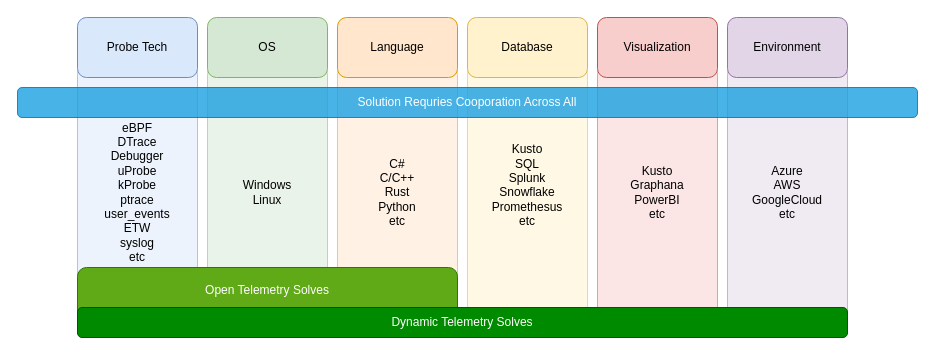
Before: docs/Architecture/Diagrams/ChallengeMatrix.drawio in microsoft/DynamicTelemetry, a draw.io diagram. Source tidied: cells renumbered, new cells numbered last; positions are measured from the earlier drawing's top-left corner, leaving out a move shared by most shapes. Both pictures are drawn from the tidied source at 100%, with x=0, y=0 at pixel (17, 17).
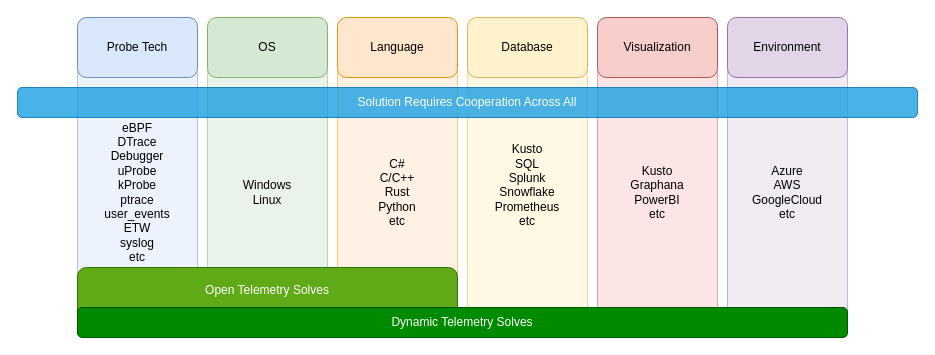
Above is the later version.

The edit, as a diff of the source:
```diff
@@
 <mxGraphModel>
   <root>
     <mxCell id="0" />
     <mxCell id="1" parent="0" />
     <mxCell id="2" value="&lt;div&gt;&lt;span style=&quot;background-color: transparent; color: light-dark(rgb(0, 0, 0), rgb(255, 255, 255));&quot;&gt;eBPF&lt;/span&gt;&lt;br&gt;&lt;/div&gt;&lt;div&gt;DTrace&lt;/div&gt;&lt;div&gt;Debugger&lt;/div&gt;&lt;div&gt;uProbe&lt;/div&gt;&lt;div&gt;kProbe&lt;/div&gt;&lt;div&gt;ptrace&lt;/div&gt;&lt;div&gt;user_events&lt;/div&gt;&lt;div&gt;ETW&lt;/div&gt;&lt;div&gt;syslog&lt;/div&gt;&lt;div&gt;etc&lt;/div&gt;" style="rounded=1;whiteSpace=wrap;html=1;fillColor=#dae8fc;strokeColor=#6c8ebf;opacity=50;" parent="1" vertex="1">
       <mxGeometry x="60" y="40" width="120" height="270" as="geometry" />
     </mxCell>
     <mxCell id="3" value="Windows&lt;div&gt;Linux&lt;/div&gt;" style="rounded=1;whiteSpace=wrap;html=1;fillColor=#d5e8d4;strokeColor=#82b366;opacity=50;" parent="1" vertex="1">
       <mxGeometry x="190" y="40" width="120" height="270" as="geometry" />
     </mxCell>
     <mxCell id="4" value="C#&lt;div&gt;C/C++&lt;/div&gt;&lt;div&gt;Rust&lt;/div&gt;&lt;div&gt;Python&lt;/div&gt;&lt;div&gt;etc&lt;/div&gt;" style="rounded=1;whiteSpace=wrap;html=1;fillColor=#ffe6cc;strokeColor=#d79b00;opacity=50;" parent="1" vertex="1">
       <mxGeometry x="320" y="40" width="120" height="270" as="geometry" />
     </mxCell>
-    <mxCell id="5" value="Kusto&lt;div&gt;SQL&lt;/div&gt;&lt;div&gt;Splunk&lt;/div&gt;&lt;div&gt;Snowflake&lt;/div&gt;&lt;div&gt;Promethesus&lt;/div&gt;&lt;div&gt;etc&lt;/div&gt;&lt;div&gt;&lt;br&gt;&lt;/div&gt;" style="rounded=1;whiteSpace=wrap;html=1;fillColor=#fff2cc;strokeColor=#d6b656;opacity=50;" parent="1" vertex="1">
+    <mxCell id="5" value="Kusto&lt;div&gt;SQL&lt;/div&gt;&lt;div&gt;Splunk&lt;/div&gt;&lt;div&gt;Snowflake&lt;/div&gt;&lt;div&gt;Prometheus&lt;/div&gt;&lt;div&gt;etc&lt;/div&gt;&lt;div&gt;&lt;br&gt;&lt;/div&gt;" style="rounded=1;whiteSpace=wrap;html=1;fillColor=#fff2cc;strokeColor=#d6b656;opacity=50;" parent="1" vertex="1">
       <mxGeometry x="450" y="40" width="120" height="270" as="geometry" />
     </mxCell>
     <mxCell id="6" value="Kusto&lt;div&gt;Graphana&lt;/div&gt;&lt;div&gt;PowerBI&lt;/div&gt;&lt;div&gt;etc&lt;/div&gt;" style="rounded=1;whiteSpace=wrap;html=1;fillColor=#f8cecc;strokeColor=#b85450;opacity=50;" parent="1" vertex="1">
       <mxGeometry x="580" y="40" width="120" height="270" as="geometry" />
     </mxCell>
     <mxCell id="7" value="Azure&lt;div&gt;AWS&lt;/div&gt;&lt;div&gt;GoogleCloud&lt;/div&gt;&lt;div&gt;etc&lt;/div&gt;" style="rounded=1;whiteSpace=wrap;html=1;fillColor=#e1d5e7;strokeColor=#9673a6;opacity=50;" parent="1" vertex="1">
       <mxGeometry x="710" y="40" width="120" height="270" as="geometry" />
     </mxCell>
-    <mxCell id="8" value="Solution Requries Cooporation Across All" style="rounded=1;whiteSpace=wrap;html=1;fillColor=#1ba1e2;fontColor=#ffffff;strokeColor=#006EAF;opacity=80;" parent="1" vertex="1">
+    <mxCell id="8" value="Solution Requires Cooperation Across All" style="rounded=1;whiteSpace=wrap;html=1;fillColor=#1ba1e2;fontColor=#ffffff;strokeColor=#006EAF;opacity=80;" parent="1" vertex="1">
       <mxGeometry y="70" width="900" height="30" as="geometry" />
     </mxCell>
     <mxCell id="9" value="Probe Tech" style="rounded=1;whiteSpace=wrap;html=1;fillColor=#dae8fc;strokeColor=#6c8ebf;" parent="1" vertex="1">
       <mxGeometry x="60" width="120" height="60" as="geometry" />
     </mxCell>
     <mxCell id="10" value="OS" style="rounded=1;whiteSpace=wrap;html=1;fillColor=#d5e8d4;strokeColor=#82b366;" parent="1" vertex="1">
       <mxGeometry x="190" width="120" height="60" as="geometry" />
     </mxCell>
     <mxCell id="11" value="Language" style="rounded=1;whiteSpace=wrap;html=1;fillColor=#ffe6cc;strokeColor=#d79b00;" parent="1" vertex="1">
       <mxGeometry x="320" width="120" height="60" as="geometry" />
     </mxCell>
     <mxCell id="12" value="Database" style="rounded=1;whiteSpace=wrap;html=1;fillColor=#fff2cc;strokeColor=#d6b656;" parent="1" vertex="1">
       <mxGeometry x="450" width="120" height="60" as="geometry" />
     </mxCell>
     <mxCell id="13" value="Visualization" style="rounded=1;whiteSpace=wrap;html=1;fillColor=#f8cecc;strokeColor=#b85450;" parent="1" vertex="1">
       <mxGeometry x="580" width="120" height="60" as="geometry" />
     </mxCell>
     <mxCell id="14" value="Environment" style="rounded=1;whiteSpace=wrap;html=1;fillColor=#e1d5e7;strokeColor=#9673a6;" parent="1" vertex="1">
       <mxGeometry x="710" width="120" height="60" as="geometry" />
     </mxCell>
     <mxCell id="15" value="Open Telemetry Solves&lt;div&gt;&lt;br&gt;&lt;/div&gt;" style="rounded=1;whiteSpace=wrap;html=1;fillColor=#60a917;strokeColor=#2D7600;fontColor=#ffffff;" parent="1" vertex="1">
       <mxGeometry x="60" y="250" width="380" height="60" as="geometry" />
     </mxCell>
     <mxCell id="16" value="Dynamic Telemetry Solves" style="rounded=1;whiteSpace=wrap;html=1;fillColor=#008a00;fontColor=#ffffff;strokeColor=#005700;" parent="1" vertex="1">
       <mxGeometry x="60" y="290" width="770" height="30" as="geometry" />
     </mxCell>
   </root>
 </mxGraphModel>
```
